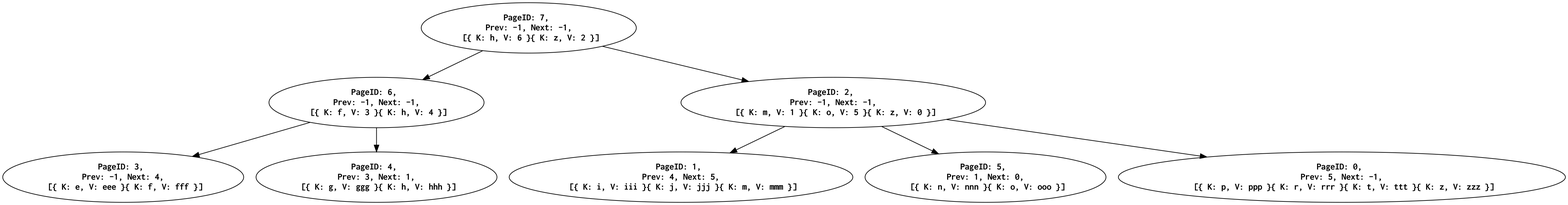
This is examples/print_tree/graph.png from naoto0822/go-b-plus-tree, a Graphviz export, as it was before one commit. Its source is kept beside it as examples/print_tree/graph.dot.
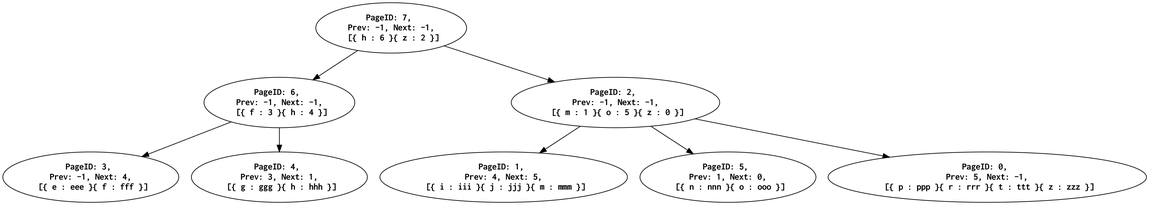
Later version of the same file.

Change to the diagram source:
```diff
@@ -3,37 +3,37 @@
     	node [fontname = "Ricty Bold", label="\N"];
     	edge [fontname = "Ricty Bold"];	"PageID: 7,
  Prev: -1, Next: -1,
- [{ K: h, V: 6 }{ K: z, V: 2 }]" -> "PageID: 6,
+ [{ h : 6 }{ z : 2 }]" -> "PageID: 6,
  Prev: -1, Next: -1,
- [{ K: f, V: 3 }{ K: h, V: 4 }]"	[ label = "" ];
+ [{ f : 3 }{ h : 4 }]"	[ label = "" ];
 	"PageID: 7,
  Prev: -1, Next: -1,
- [{ K: h, V: 6 }{ K: z, V: 2 }]" -> "PageID: 2,
+ [{ h : 6 }{ z : 2 }]" -> "PageID: 2,
  Prev: -1, Next: -1,
- [{ K: m, V: 1 }{ K: o, V: 5 }{ K: z, V: 0 }]"	[ label = "" ];
+ [{ m : 1 }{ o : 5 }{ z : 0 }]"	[ label = "" ];
 	"PageID: 6,
  Prev: -1, Next: -1,
- [{ K: f, V: 3 }{ K: h, V: 4 }]" -> "PageID: 3,
+ [{ f : 3 }{ h : 4 }]" -> "PageID: 3,
  Prev: -1, Next: 4,
- [{ K: e, V: eee }{ K: f, V: fff }]"	[ label = "" ];
+ [{ e : eee }{ f : fff }]"	[ label = "" ];
 	"PageID: 6,
  Prev: -1, Next: -1,
- [{ K: f, V: 3 }{ K: h, V: 4 }]" -> "PageID: 4,
+ [{ f : 3 }{ h : 4 }]" -> "PageID: 4,
  Prev: 3, Next: 1,
- [{ K: g, V: ggg }{ K: h, V: hhh }]"	[ label = "" ];
+ [{ g : ggg }{ h : hhh }]"	[ label = "" ];
 	"PageID: 2,
  Prev: -1, Next: -1,
- [{ K: m, V: 1 }{ K: o, V: 5 }{ K: z, V: 0 }]" -> "PageID: 1,
+ [{ m : 1 }{ o : 5 }{ z : 0 }]" -> "PageID: 1,
  Prev: 4, Next: 5,
- [{ K: i, V: iii }{ K: j, V: jjj }{ K: m, V: mmm }]"	[ label = "" ];
+ [{ i : iii }{ j : jjj }{ m : mmm }]"	[ label = "" ];
 	"PageID: 2,
  Prev: -1, Next: -1,
- [{ K: m, V: 1 }{ K: o, V: 5 }{ K: z, V: 0 }]" -> "PageID: 5,
+ [{ m : 1 }{ o : 5 }{ z : 0 }]" -> "PageID: 5,
  Prev: 1, Next: 0,
- [{ K: n, V: nnn }{ K: o, V: ooo }]"	[ label = "" ];
+ [{ n : nnn }{ o : ooo }]"	[ label = "" ];
 	"PageID: 2,
  Prev: -1, Next: -1,
- [{ K: m, V: 1 }{ K: o, V: 5 }{ K: z, V: 0 }]" -> "PageID: 0,
+ [{ m : 1 }{ o : 5 }{ z : 0 }]" -> "PageID: 0,
  Prev: 5, Next: -1,
- [{ K: p, V: ppp }{ K: r, V: rrr }{ K: t, V: ttt }{ K: z, V: zzz }]"	[ label = "" ];
+ [{ p : ppp }{ r : rrr }{ t : ttt }{ z : zzz }]"	[ label = "" ];
 }
```
